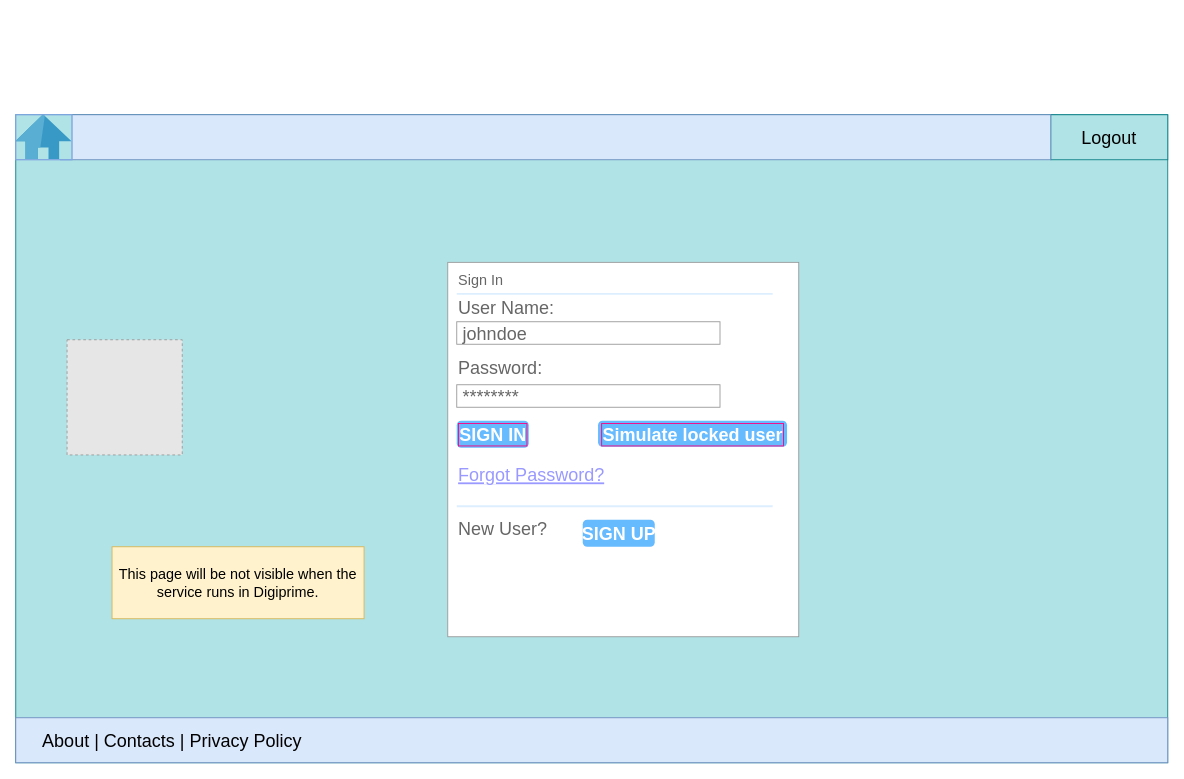
Before: page "Login" (1 of 18) of IDP048 UI.drawio.xml in giuseppe-r2m/mics-finder, a draw.io diagram. Source tidied: cells renumbered, new cells numbered last; positions are measured from the earlier drawing's top-left corner, leaving out a move shared by most shapes. Both pictures are drawn from the tidied source at 90%, with x=0, y=0 at pixel (15, 114). Pictures stored in the file or linked from it are replaced by grey dashed boxes.
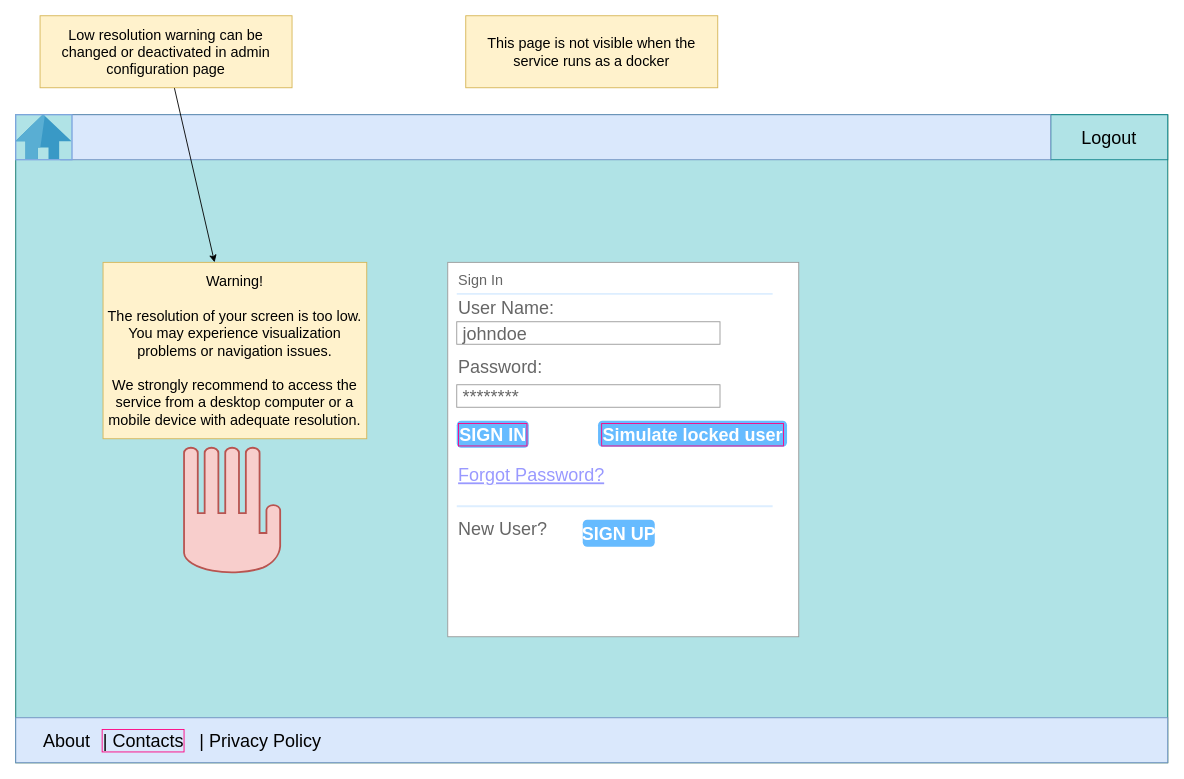
The same diagram, later.

Diff of the diagram source:
```diff
@@
-    <mxCell id="4" style="group;" parent="1" vertex="1">
+    <mxCell id="4" style="group;fillColor=#fff2cc;strokeColor=#d6b656;" parent="1" vertex="1">
       <mxGeometry width="1280" height="720" as="geometry" />
     </mxCell>
-    <mxCell id="5" style="rounded=0;whiteSpace=wrap;html=1;rotation=0;fillColor=#b0e3e6;strokeColor=#0e8088;" parent="4" vertex="1">
+    <mxCell id="5" style="rounded=0;whiteSpace=wrap;html=1;rotation=0;fillColor=#b0e3e6;strokeColor=#0e8088;fontSize=15;" parent="4" vertex="1">
       <mxGeometry width="1280" height="720" as="geometry" />
     </mxCell>
@@
-    <mxCell id="7" value="&lt;p style=&quot;line-height: 1.2; margin-top: 0pt; margin-bottom: 0pt; font-size: 20px;&quot; dir=&quot;ltr&quot;&gt;&lt;/p&gt;&lt;div style=&quot;font-size: 20px;&quot;&gt;&lt;/div&gt;&lt;span style=&quot;font-size: 20px; font-family: Arial; background-color: transparent; font-variant-numeric: normal; font-variant-east-asian: normal; vertical-align: baseline;&quot;&gt;&amp;nbsp; &amp;nbsp; &amp;nbsp;About | Contacts | Privacy Policy&amp;nbsp; &amp;nbsp; &amp;nbsp; &amp;nbsp; &amp;nbsp; &amp;nbsp; &amp;nbsp; &amp;nbsp; &amp;nbsp; &amp;nbsp; &amp;nbsp; &amp;nbsp; &amp;nbsp; &amp;nbsp; &amp;nbsp; &amp;nbsp; &amp;nbsp; &amp;nbsp; &amp;nbsp; &amp;nbsp; &amp;nbsp; &amp;nbsp;&amp;nbsp;&lt;/span&gt;&lt;span id=&quot;docs-internal-guid-0b179710-7fff-e899-2973-4397c5c14d87&quot; style=&quot;font-size: 20px;&quot;&gt;&lt;/span&gt;" style="rounded=0;whiteSpace=wrap;html=1;fontSize=20;align=left;fillColor=#dae8fc;strokeColor=#6c8ebf;" parent="4" vertex="1">
+    <mxCell id="7" value="&lt;p style=&quot;line-height: 1.2; margin-top: 0pt; margin-bottom: 0pt; font-size: 20px;&quot; dir=&quot;ltr&quot;&gt;&lt;/p&gt;&lt;div style=&quot;font-size: 20px;&quot;&gt;&lt;/div&gt;&lt;font face=&quot;Arial&quot;&gt;&amp;nbsp;&lt;/font&gt;&lt;br&gt;&lt;span id=&quot;docs-internal-guid-0b179710-7fff-e899-2973-4397c5c14d87&quot; style=&quot;font-size: 20px;&quot;&gt;&lt;/span&gt;" style="rounded=0;whiteSpace=wrap;html=1;fontSize=20;align=left;fillColor=#dae8fc;strokeColor=#6c8ebf;" parent="4" vertex="1">
       <mxGeometry y="670" width="1280" height="50" as="geometry" />
     </mxCell>
@@
-    <mxCell id="9" style="fillColor=#E6E6E6;strokeColor=#999999;dashed=1;html=1;verticalAlign=top;verticalLabelPosition=bottom;labelBackgroundColor=#ffffff;fontSize=64;fontColor=#000000;" parent="4" vertex="1">
-      <mxGeometry x="57" y="250" width="128" height="128" as="geometry" />
-    </mxCell>
@@
+    <mxCell id="24" style="sketch=0;html=1;align=center;image;fontSize=12;image=img/lib/mscae/Azure_Home.svg;imageBackground=#b0e3e6;imageBorder=#7EA6E0;" parent="4" vertex="1">
+      <mxGeometry width="62.5" height="50" as="geometry" />
+    </mxCell>
+    <mxCell id="25" value="&lt;font style=&quot;font-size: 20px;&quot;&gt;About&lt;/font&gt;" style="text;html=1;strokeColor=none;fillColor=none;align=center;verticalAlign=middle;whiteSpace=wrap;rounded=0;fontSize=16;" parent="4" vertex="1">
+      <mxGeometry x="27" y="680" width="60" height="30" as="geometry" />
+    </mxCell>
+    <mxCell id="26" value="&lt;font style=&quot;font-size: 20px;&quot;&gt;| Contacts&lt;/font&gt;" style="text;html=1;strokeColor=none;fillColor=none;align=center;verticalAlign=middle;whiteSpace=wrap;rounded=0;fontSize=16;labelBorderColor=#FF0080;" parent="4" vertex="1">
+      <mxGeometry x="77" y="680" width="130" height="30" as="geometry" />
+    </mxCell>
+    <mxCell id="27" value="&lt;font style=&quot;font-size: 20px;&quot;&gt;| Privacy Policy&lt;/font&gt;" style="text;html=1;strokeColor=none;fillColor=none;align=center;verticalAlign=middle;whiteSpace=wrap;rounded=0;fontSize=16;" parent="4" vertex="1">
+      <mxGeometry x="187" y="680" width="170" height="30" as="geometry" />
+    </mxCell>
+    <mxCell id="28" value="&lt;font style=&quot;font-size: 16px;&quot;&gt;Warning!&lt;br&gt;&lt;br&gt;The resolution of your screen is too low. You may experience visualization problems or navigation issues.&lt;br&gt;&lt;br&gt;We strongly recommend to access the service from a desktop computer or a mobile device with adequate resolution.&lt;/font&gt;" style="rounded=0;whiteSpace=wrap;html=1;fillColor=#fff2cc;strokeColor=#d6b656;" parent="4" vertex="1">
+      <mxGeometry x="97" y="164" width="293" height="196" as="geometry" />
+    </mxCell>
+    <mxCell id="29" style="html=1;verticalLabelPosition=bottom;align=center;labelBackgroundColor=#ffffff;verticalAlign=top;strokeWidth=2;strokeColor=#b85450;shadow=0;dashed=0;shape=mxgraph.ios7.icons.privacy;fillColor=#f8cecc;" parent="4" vertex="1">
+      <mxGeometry x="187" y="370" width="106.8" height="140" as="geometry" />
+    </mxCell>
-    <mxCell id="23" value="This page will be not visible when the service runs in Digiprime." style="text;html=1;strokeColor=#d6b656;fillColor=#fff2cc;align=center;verticalAlign=middle;whiteSpace=wrap;rounded=0;fontSize=16;" parent="4" vertex="1">
-      <mxGeometry x="107" y="480" width="280" height="80" as="geometry" />
+    <mxCell id="23" value="This page is not visible when the service runs as a docker" style="text;html=1;strokeColor=#d6b656;fillColor=#fff2cc;align=center;verticalAlign=middle;whiteSpace=wrap;rounded=0;fontSize=16;" parent="1" vertex="1">
+      <mxGeometry x="500" y="-110" width="280" height="80" as="geometry" />
     </mxCell>
-    <mxCell id="24" style="sketch=0;html=1;align=center;image;fontSize=12;image=img/lib/mscae/Azure_Home.svg;imageBackground=#b0e3e6;imageBorder=#7EA6E0;" parent="4" vertex="1">
-      <mxGeometry width="62.5" height="50" as="geometry" />
-    </mxCell>
+    <mxCell id="30" style="rounded=0;jettySize=auto;html=1;" parent="1" edge="1" source="31" target="28">
+      <mxGeometry relative="1" as="geometry" />
+    </mxCell>
+    <mxCell id="31" value="Low resolution warning can be changed or deactivated in admin configuration page" style="text;html=1;strokeColor=#d6b656;fillColor=#fff2cc;align=center;verticalAlign=middle;whiteSpace=wrap;rounded=0;fontSize=16;" parent="1" vertex="1">
+      <mxGeometry x="27" y="-110" width="280" height="80" as="geometry" />
+    </mxCell>
```
